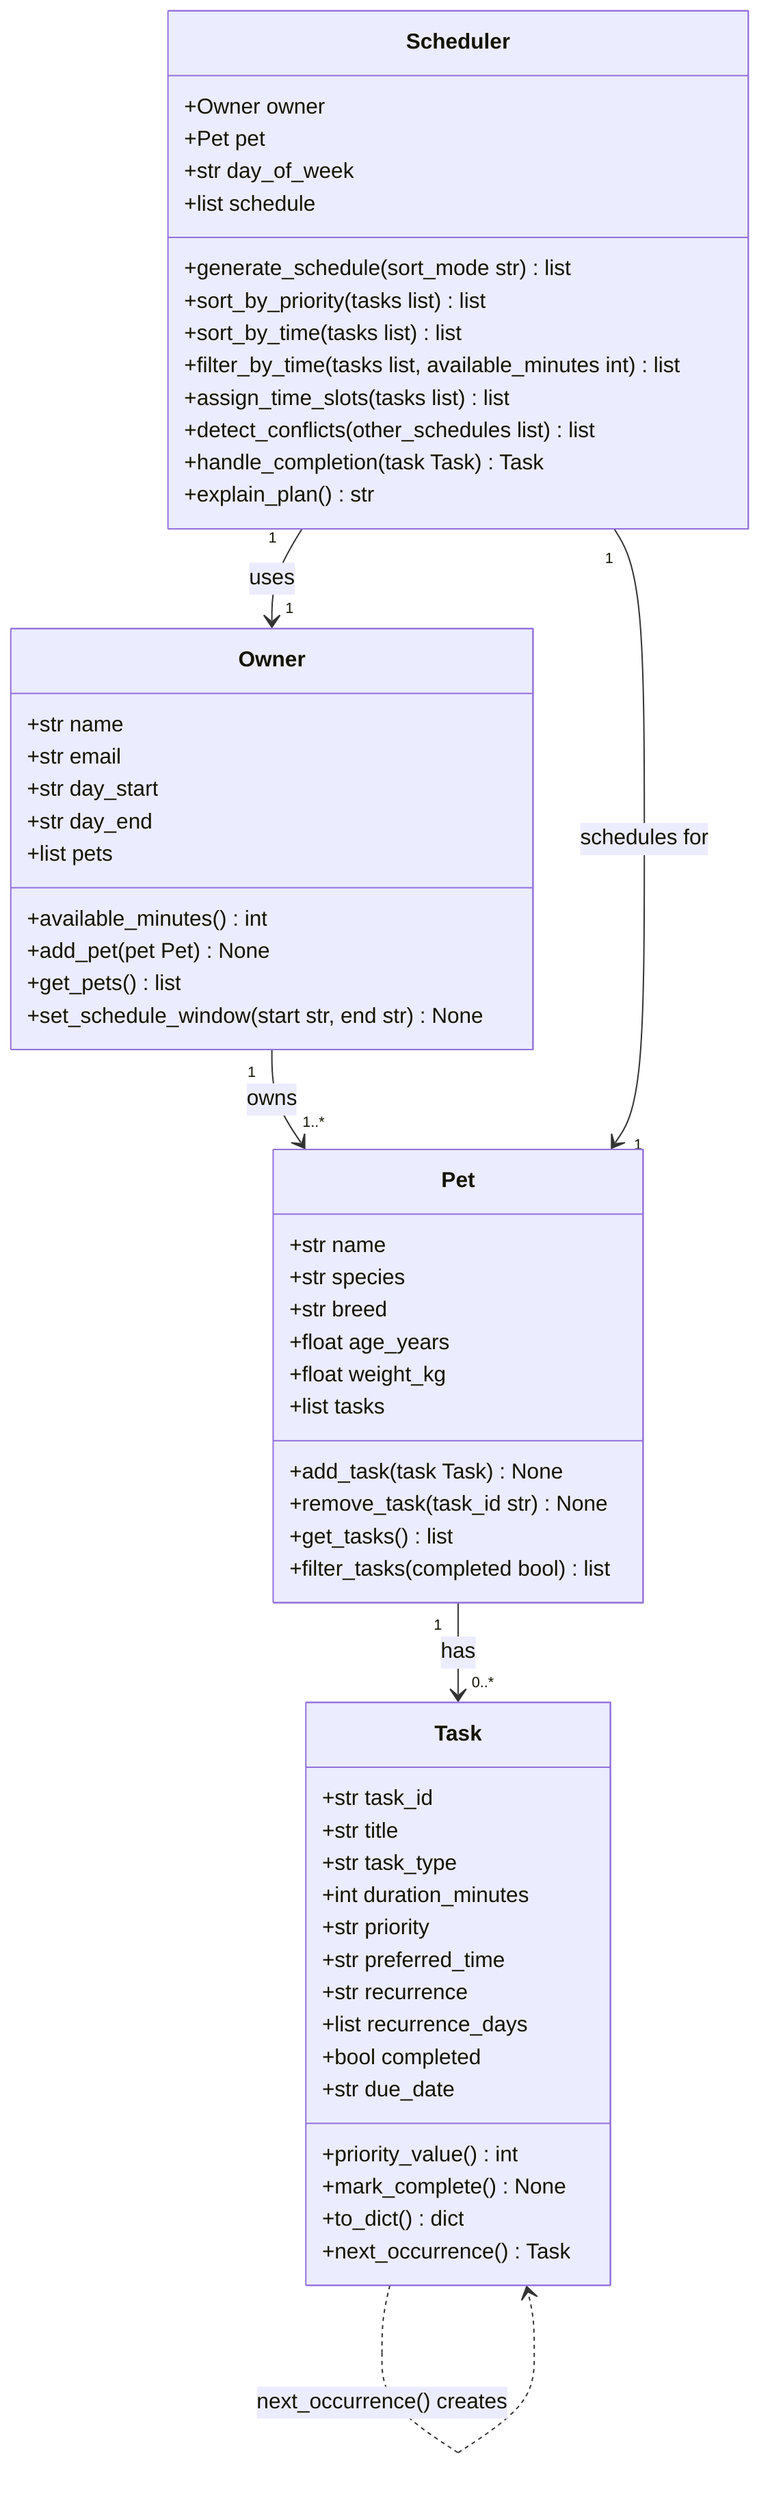
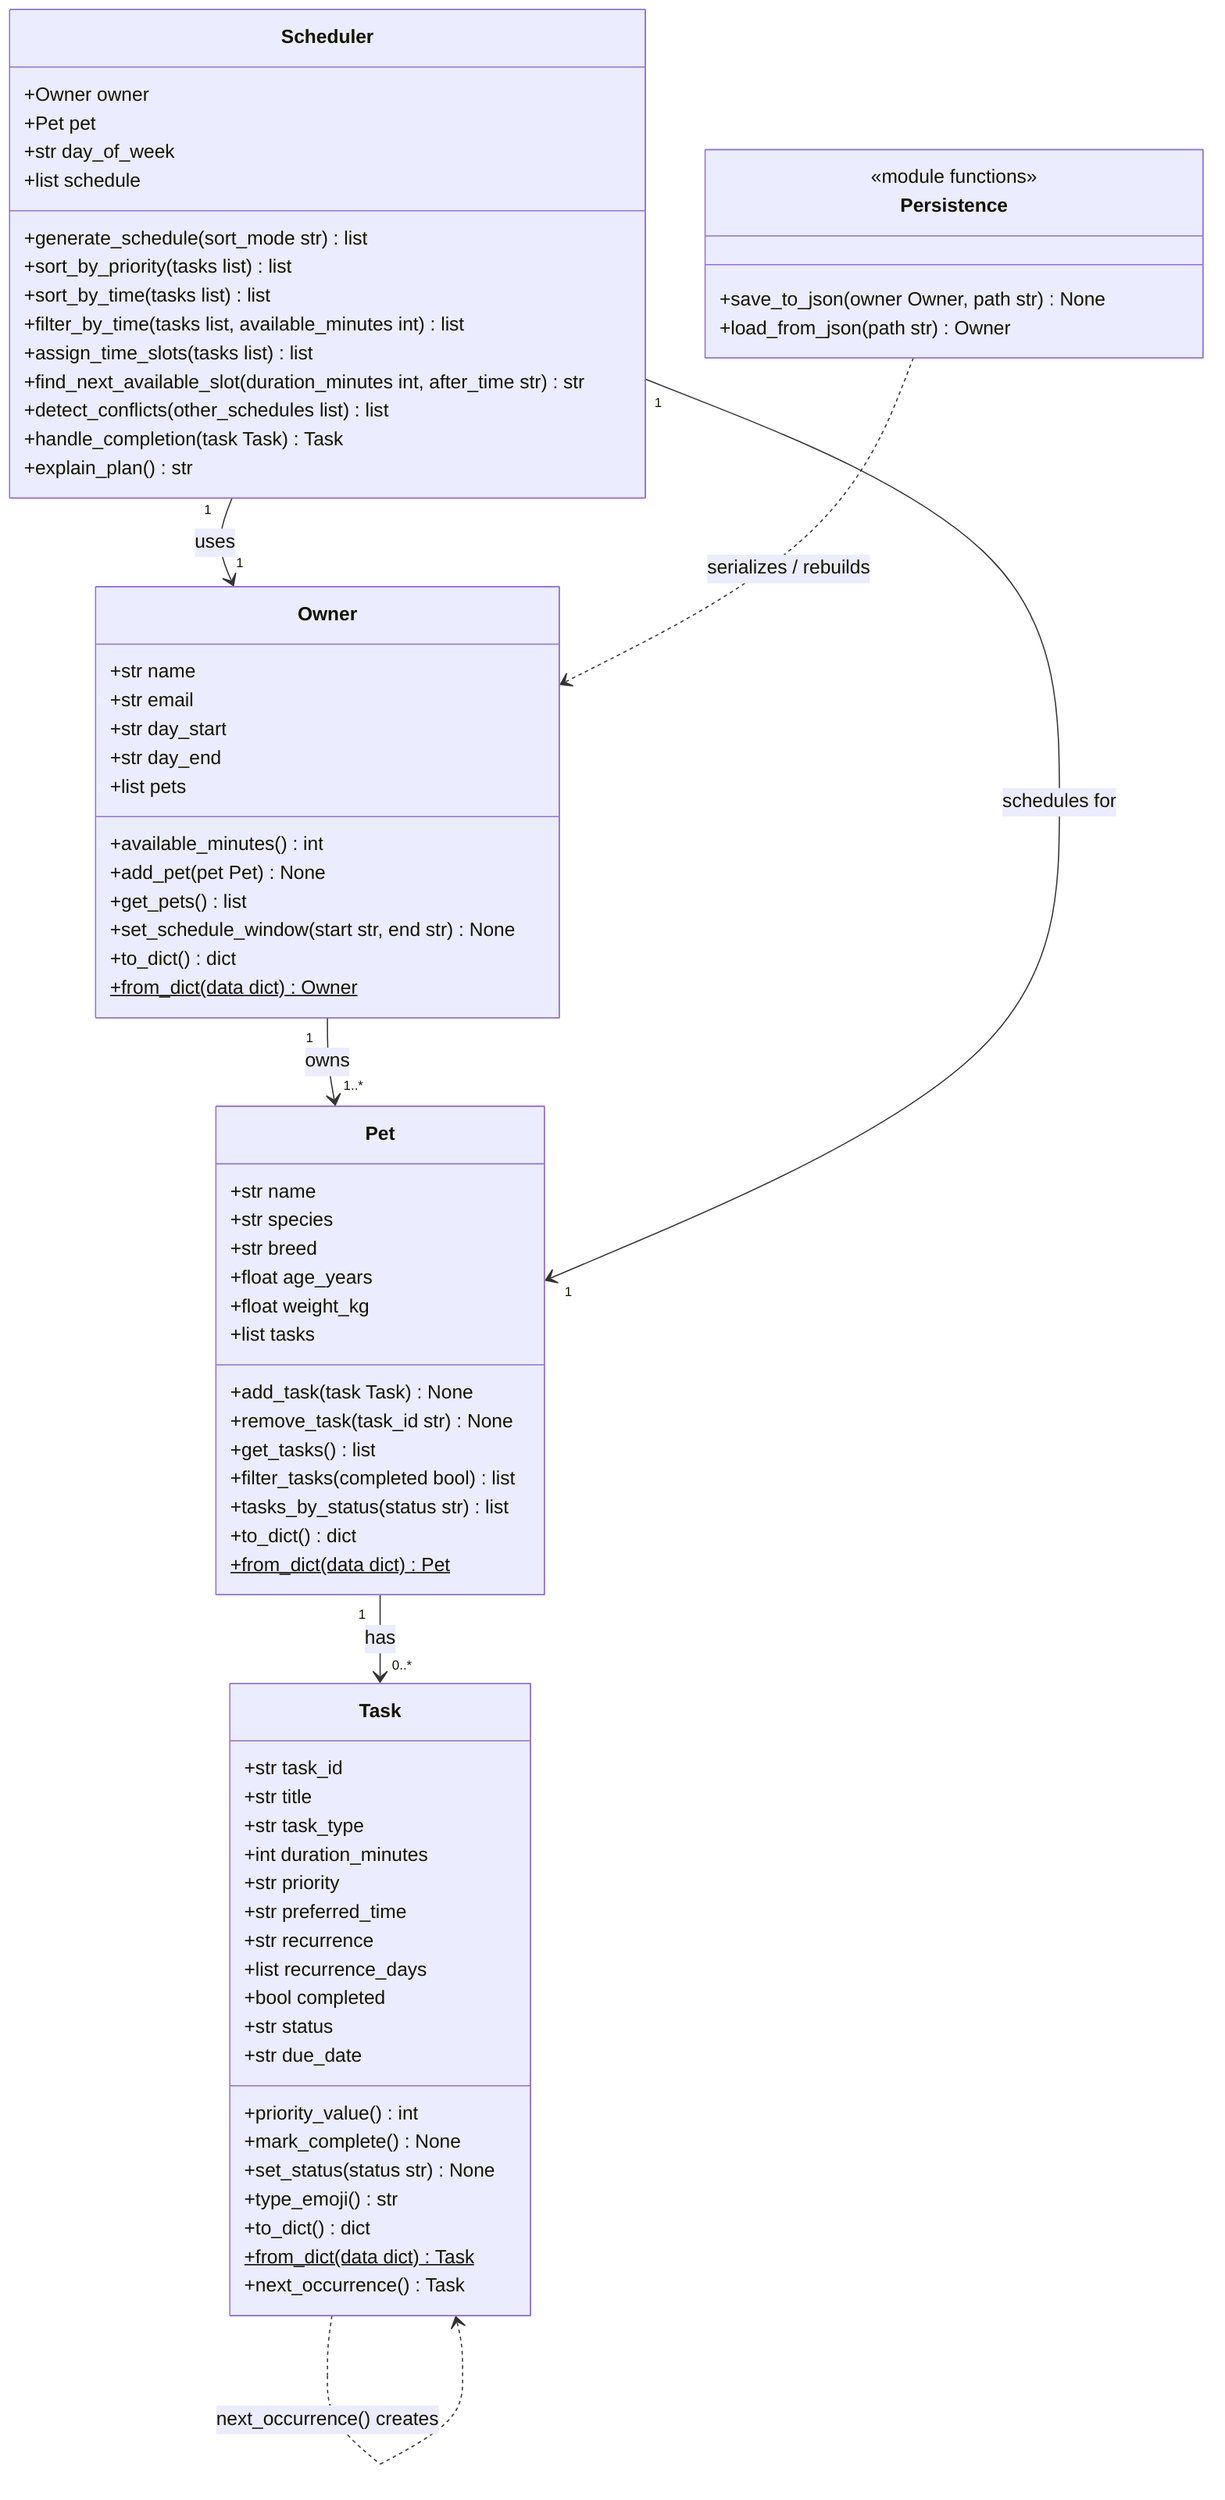
classDiagram
    class Owner {
        +str name
        +str email
        +str day_start
        +str day_end
        +list pets
        +available_minutes() int
        +add_pet(pet Pet) None
        +get_pets() list
        +set_schedule_window(start str, end str) None
+         +to_dict() dict
+         +from_dict(data dict) Owner$
    }

    class Pet {
        +str name
        +str species
        +str breed
        +float age_years
        +float weight_kg
        +list tasks
        +add_task(task Task) None
        +remove_task(task_id str) None
        +get_tasks() list
        +filter_tasks(completed bool) list
+         +tasks_by_status(status str) list
+         +to_dict() dict
+         +from_dict(data dict) Pet$
    }

    class Task {
        +str task_id
        +str title
        +str task_type
        +int duration_minutes
        +str priority
        +str preferred_time
        +str recurrence
        +list recurrence_days
        +bool completed
+         +str status
        +str due_date
        +priority_value() int
        +mark_complete() None
+         +set_status(status str) None
+         +type_emoji() str
        +to_dict() dict
+         +from_dict(data dict) Task$
        +next_occurrence() Task
    }

    class Scheduler {
        +Owner owner
        +Pet pet
        +str day_of_week
        +list schedule
        +generate_schedule(sort_mode str) list
        +sort_by_priority(tasks list) list
        +sort_by_time(tasks list) list
        +filter_by_time(tasks list, available_minutes int) list
        +assign_time_slots(tasks list) list
+         +find_next_available_slot(duration_minutes int, after_time str) str
        +detect_conflicts(other_schedules list) list
        +handle_completion(task Task) Task
        +explain_plan() str
+     }
+ 
+     class Persistence {
+         <<module functions>>
+         +save_to_json(owner Owner, path str) None
+         +load_from_json(path str) Owner
    }

    Owner "1" --> "1..*" Pet : owns
    Pet "1" --> "0..*" Task : has
    Scheduler "1" --> "1" Owner : uses
    Scheduler "1" --> "1" Pet : schedules for
    Task ..> Task : next_occurrence() creates
+     Persistence ..> Owner : serializes / rebuilds
